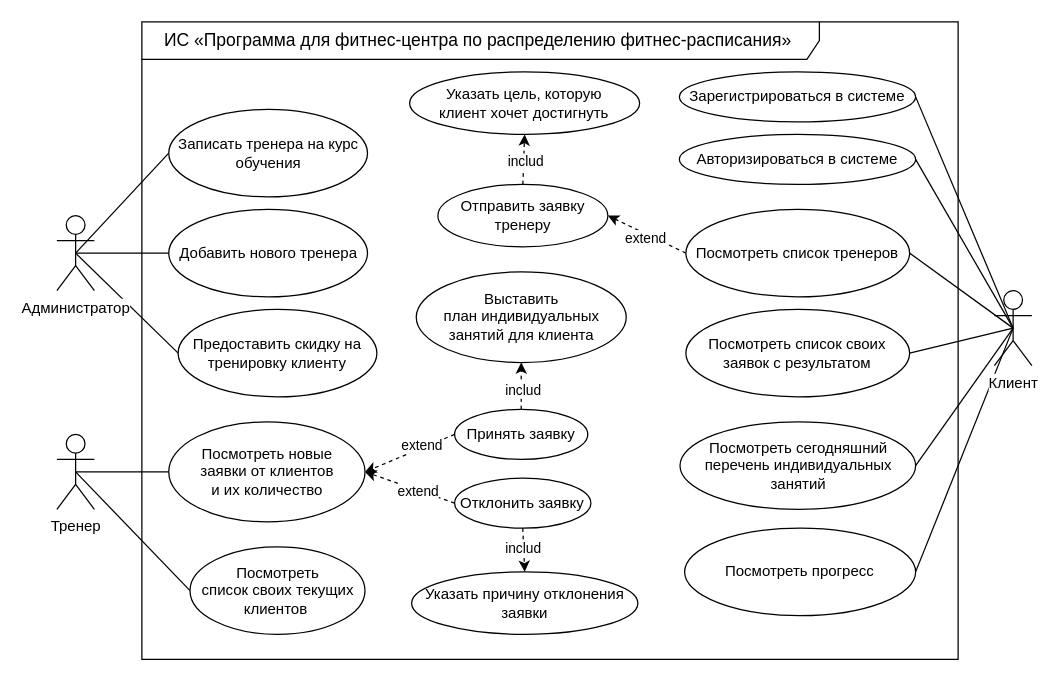
OtterUnderwater/UP4Year keeps this draw.io diagram as UML/ДиаграммаИспользования.drawio. Above is the earlier version. Source tidied: cells renumbered, new cells numbered last; positions are measured from the earlier drawing's top-left corner, leaving out a move shared by most shapes. Both pictures are drawn from the tidied source at 125%, with x=0, y=0 at pixel (56, 21).
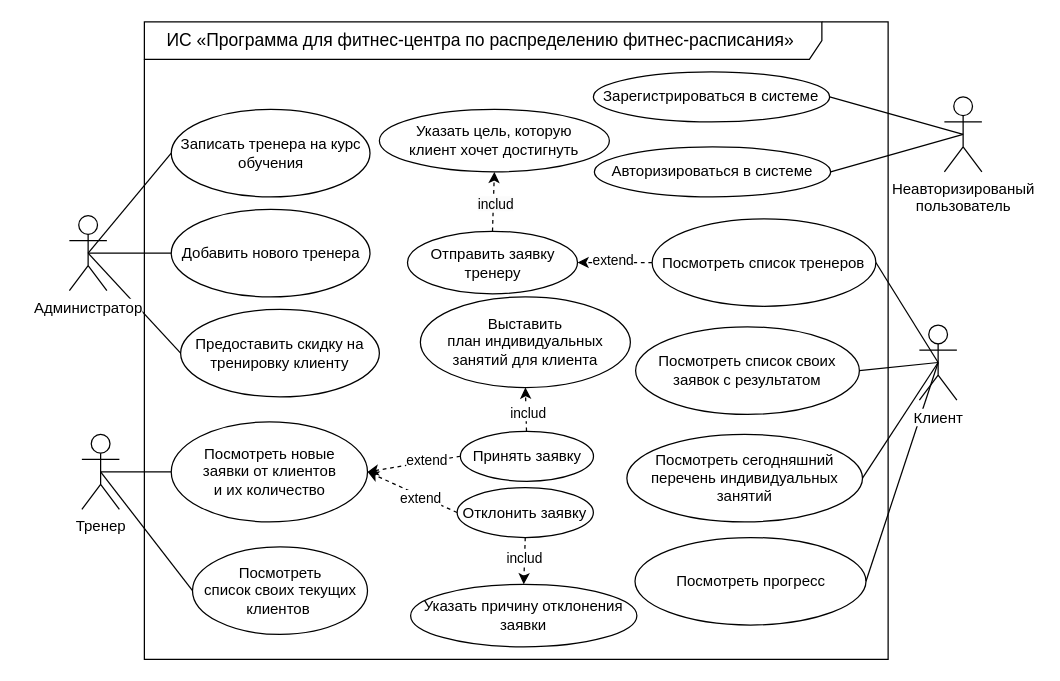
The same page after the edit.

What changed in the source:
```diff
@@
     <mxCell id="4" value="&lt;span style=&quot;background-color: light-dark(#ffffff, var(--ge-dark-color, #121212));&quot;&gt;Тренер&lt;/span&gt;" style="shape=umlActor;verticalLabelPosition=bottom;verticalAlign=top;html=1;outlineConnect=0;" parent="1" vertex="1">
-      <mxGeometry y="330" width="30" height="60" as="geometry" />
+      <mxGeometry x="20" y="330" width="30" height="60" as="geometry" />
     </mxCell>
     <mxCell id="5" value="&lt;font style=&quot;font-size: 14px;&quot; face=&quot;Helvetica&quot;&gt;ИС «&lt;span style=&quot;text-align: justify;&quot;&gt;Программа для фитнес-центра по распределению фитнес-расписания&lt;/span&gt;»&amp;nbsp;&lt;/font&gt;" style="shape=umlFrame;whiteSpace=wrap;html=1;width=542;height=30;" parent="1" vertex="1">
-      <mxGeometry x="68" width="653" height="510" as="geometry" />
+      <mxGeometry x="70" width="595" height="510" as="geometry" />
     </mxCell>
@@
     <mxCell id="15" value="Посмотреть&amp;nbsp;&lt;span style=&quot;text-align: justify;&quot;&gt;сегодняшний перечень&amp;nbsp;&lt;/span&gt;&lt;span style=&quot;text-align: justify;&quot;&gt;индивидуальных занятий&lt;/span&gt;" style="ellipse;whiteSpace=wrap;html=1;" parent="5" vertex="1">
-      <mxGeometry x="430.5" y="320" width="188.5" height="70" as="geometry" />
+      <mxGeometry x="386" y="330" width="188.5" height="70" as="geometry" />
     </mxCell>
@@
     <mxCell id="17" value="Принять заявку" style="ellipse;whiteSpace=wrap;html=1;" parent="5" vertex="1">
-      <mxGeometry x="250.2" y="310" width="106.5" height="40" as="geometry" />
+      <mxGeometry x="252.8" y="327.5" width="106.5" height="40" as="geometry" />
     </mxCell>
@@
     <mxCell id="20" value="Отклонить заявку" style="ellipse;whiteSpace=wrap;html=1;" parent="5" vertex="1">
-      <mxGeometry x="250.2" y="365" width="109" height="40" as="geometry" />
+      <mxGeometry x="250.2" y="372.5" width="109" height="40" as="geometry" />
     </mxCell>
@@
     <mxCell id="23" value="&lt;span&gt;Выставить план&amp;nbsp;&lt;/span&gt;&lt;span style=&quot;background-color: transparent; color: light-dark(rgb(0, 0, 0), rgb(255, 255, 255));&quot;&gt;индивидуальных занятий для клиента&lt;/span&gt;" style="ellipse;whiteSpace=wrap;html=1;" parent="5" vertex="1">
-      <mxGeometry x="219.5" y="200" width="168" height="72.5" as="geometry" />
+      <mxGeometry x="220.8" y="220" width="168" height="72.5" as="geometry" />
     </mxCell>
@@
     <mxCell id="26" value="&lt;span&gt;Указать причину отклонения заявки&lt;/span&gt;" style="ellipse;whiteSpace=wrap;html=1;" parent="5" vertex="1">
-      <mxGeometry x="215.8" y="440" width="181" height="50" as="geometry" />
+      <mxGeometry x="213" y="450" width="181" height="50" as="geometry" />
     </mxCell>
@@
     <mxCell id="29" value="Указать цель, которую&lt;div&gt;клиент хочет достигнуть&lt;/div&gt;" style="ellipse;whiteSpace=wrap;html=1;" parent="5" vertex="1">
-      <mxGeometry x="214.2" y="40" width="184" height="50" as="geometry" />
+      <mxGeometry x="188" y="70" width="184" height="50" as="geometry" />
     </mxCell>
     <mxCell id="30" value="Отправить заявку&lt;div&gt;тренеру&lt;/div&gt;" style="ellipse;whiteSpace=wrap;html=1;" parent="5" vertex="1">
-      <mxGeometry x="236.8" y="130" width="136" height="50" as="geometry" />
+      <mxGeometry x="210.5" y="167.5" width="136" height="50" as="geometry" />
     </mxCell>
@@
     <mxCell id="32" value="Посмотреть список своих&lt;div&gt;заявок с результатом&lt;/div&gt;" style="ellipse;whiteSpace=wrap;html=1;" parent="5" vertex="1">
-      <mxGeometry x="435.2" y="230" width="179" height="70" as="geometry" />
+      <mxGeometry x="393" y="244" width="179" height="70" as="geometry" />
     </mxCell>
     <mxCell id="33" value="&lt;span style=&quot;text-align: justify;&quot;&gt;Посмотреть&amp;nbsp;&lt;/span&gt;&lt;font style=&quot;text-align: justify;&quot;&gt;прогресс&lt;/font&gt;" style="ellipse;whiteSpace=wrap;html=1;" parent="5" vertex="1">
-      <mxGeometry x="434.2" y="405" width="184.8" height="70" as="geometry" />
+      <mxGeometry x="392.5" y="412.5" width="184.8" height="70" as="geometry" />
     </mxCell>
     <mxCell id="34" value="Зарегистрироваться в системе" style="ellipse;whiteSpace=wrap;html=1;" parent="5" vertex="1">
-      <mxGeometry x="430" y="40" width="189" height="40" as="geometry" />
+      <mxGeometry x="359.2" y="40" width="189" height="40" as="geometry" />
     </mxCell>
     <mxCell id="35" value="Посмотреть список тренеров" style="ellipse;whiteSpace=wrap;html=1;" parent="5" vertex="1">
-      <mxGeometry x="435.2" y="150" width="179" height="70" as="geometry" />
+      <mxGeometry x="406.2" y="157.5" width="179" height="70" as="geometry" />
     </mxCell>
     <mxCell id="36" value="&lt;font face=&quot;Helvetica&quot;&gt;Авторизироваться в системе&lt;/font&gt;" style="ellipse;whiteSpace=wrap;html=1;" parent="5" vertex="1">
-      <mxGeometry x="430" y="90" width="189" height="40" as="geometry" />
+      <mxGeometry x="360" y="100" width="189" height="40" as="geometry" />
     </mxCell>
-    <mxCell id="37" style="rounded=0;jettySize=auto;html=1;exitX=0.5;exitY=0.5;exitDx=0;exitDy=0;exitPerimeter=0;endArrow=none;startFill=0;entryX=1;entryY=0.5;entryDx=0;entryDy=0;" parent="1" edge="1" source="43" target="34">
+    <mxCell id="37" style="rounded=0;jettySize=auto;html=1;exitX=0.5;exitY=0.5;exitDx=0;exitDy=0;exitPerimeter=0;endArrow=none;startFill=0;entryX=1;entryY=0.5;entryDx=0;entryDy=0;" parent="1" edge="1" source="49" target="34">
       <mxGeometry relative="1" as="geometry" />
     </mxCell>
@@
-    <mxCell id="42" style="rounded=0;jettySize=auto;html=1;exitX=0.5;exitY=0.5;exitDx=0;exitDy=0;exitPerimeter=0;entryX=1;entryY=0.5;entryDx=0;entryDy=0;endArrow=none;startFill=0;" parent="1" edge="1" source="43" target="36">
-      <mxGeometry relative="1" as="geometry" />
-    </mxCell>
     <mxCell id="43" value="&lt;span style=&quot;background-color: light-dark(#ffffff, var(--ge-dark-color, #121212));&quot;&gt;Клиент&lt;/span&gt;" style="shape=umlActor;verticalLabelPosition=bottom;verticalAlign=top;html=1;outlineConnect=0;" parent="1" vertex="1">
-      <mxGeometry x="750" y="215" width="30" height="60" as="geometry" />
+      <mxGeometry x="690" y="242.5" width="30" height="60" as="geometry" />
     </mxCell>
@@
     <mxCell id="47" value="&lt;span style=&quot;background-color: light-dark(#ffffff, var(--ge-dark-color, #121212));&quot;&gt;Администратор&lt;/span&gt;" style="shape=umlActor;verticalLabelPosition=bottom;verticalAlign=top;html=1;outlineConnect=0;" parent="1" vertex="1">
-      <mxGeometry y="155" width="30" height="60" as="geometry" />
+      <mxGeometry x="10" y="155" width="30" height="60" as="geometry" />
     </mxCell>
+    <mxCell id="48" style="rounded=0;jettySize=auto;html=1;exitX=0.5;exitY=0.5;exitDx=0;exitDy=0;exitPerimeter=0;entryX=1;entryY=0.5;entryDx=0;entryDy=0;endArrow=none;startFill=0;" parent="1" edge="1" source="49" target="36">
+      <mxGeometry relative="1" as="geometry" />
+    </mxCell>
+    <mxCell id="49" value="&lt;span style=&quot;background-color: light-dark(#ffffff, var(--ge-dark-color, #121212));&quot;&gt;Неавто&lt;/span&gt;&lt;span style=&quot;background-color: light-dark(#ffffff, var(--ge-dark-color, #121212)); color: light-dark(rgb(0, 0, 0), rgb(255, 255, 255));&quot;&gt;ризированый&lt;/span&gt;&lt;div&gt;&lt;div&gt;&lt;span style=&quot;background-color: light-dark(#ffffff, var(--ge-dark-color, #121212));&quot;&gt;пользователь&lt;/span&gt;&lt;/div&gt;&lt;/div&gt;" style="shape=umlActor;verticalLabelPosition=bottom;verticalAlign=top;html=1;outlineConnect=0;" parent="1" vertex="1">
+      <mxGeometry x="710" y="60" width="30" height="60" as="geometry" />
+    </mxCell>
```
